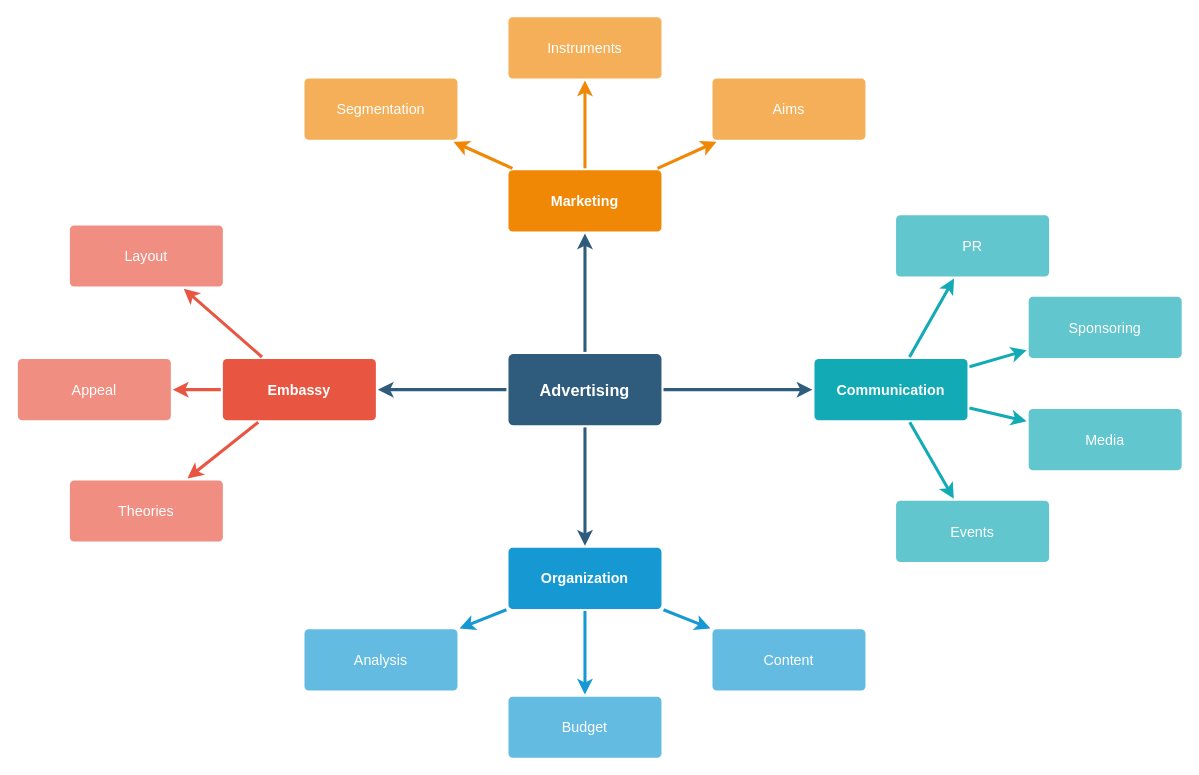
Earlier version of the draw.io diagram JDE_In-Transit.drawio (sght500/JDE-In_Transit). Source tidied: cells renumbered, new cells numbered last; positions are measured from the earlier drawing's top-left corner, leaving out a move shared by most shapes. Both pictures are drawn from the tidied source at 102%, with x=0, y=0 at pixel (17, 16).
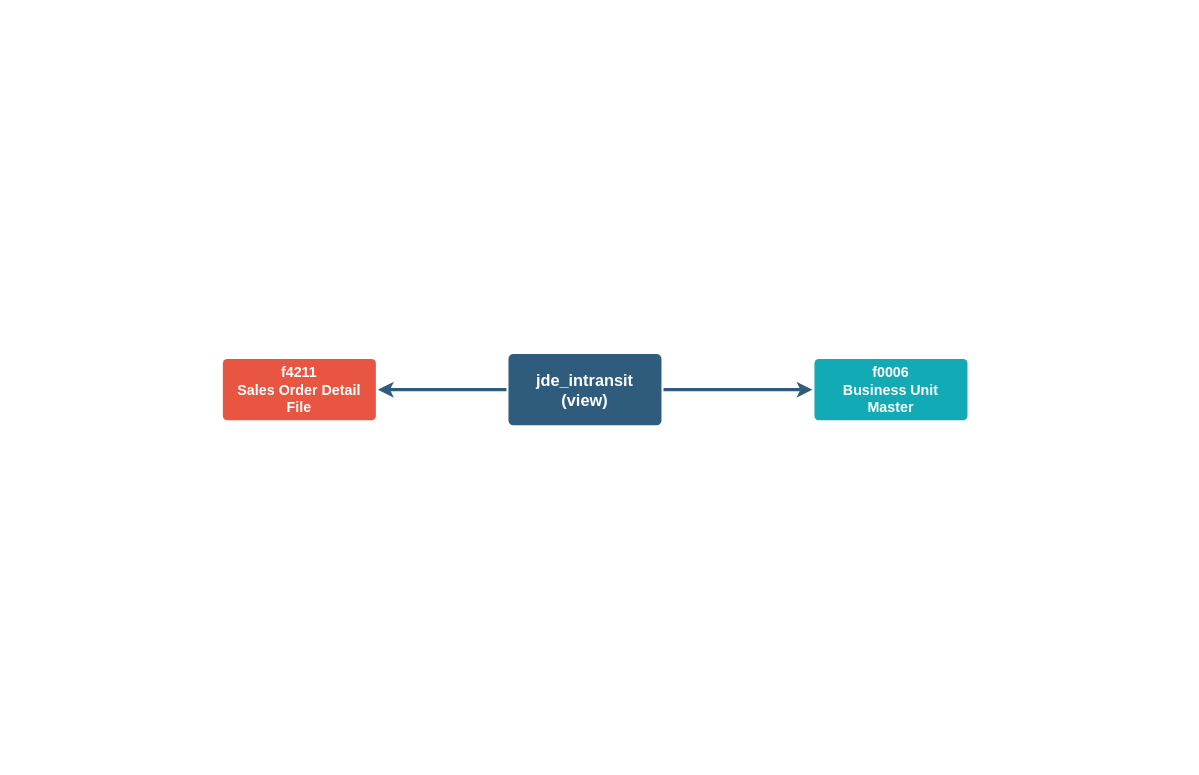
Above is the later version.

Diff of the diagram source:
```diff
@@
-    <mxCell id="2" style="edgeStyle=none;rounded=0;jumpStyle=none;html=1;shadow=0;labelBackgroundColor=none;startArrow=none;startFill=0;endArrow=classic;endFill=1;jettySize=auto;strokeColor=#2F5B7C;strokeWidth=3;fontFamily=Helvetica;fontSize=16;fontColor=#23445D;spacing=5;" parent="1" edge="1" source="6" target="21">
-      <mxGeometry relative="1" as="geometry" />
-    </mxCell>
@@
-    <mxCell id="4" style="edgeStyle=none;rounded=0;jumpStyle=none;html=1;shadow=0;labelBackgroundColor=none;startArrow=none;startFill=0;endArrow=classic;endFill=1;jettySize=auto;strokeColor=#2F5B7C;strokeWidth=3;fontFamily=Helvetica;fontSize=16;fontColor=#23445D;spacing=5;" parent="1" edge="1" source="6" target="17">
-      <mxGeometry relative="1" as="geometry" />
-    </mxCell>
@@
-    <mxCell id="6" value="Advertising" style="rounded=1;whiteSpace=wrap;html=1;shadow=0;labelBackgroundColor=none;strokeColor=none;strokeWidth=3;fillColor=#2F5B7C;fontFamily=Helvetica;fontSize=16;fontColor=#FFFFFF;align=center;fontStyle=1;spacing=5;arcSize=7;perimeterSpacing=2;" parent="1" vertex="1">
+    <mxCell id="6" value="&lt;p data-pm-slice=&quot;1 1 [&amp;quot;table&amp;quot;,{&amp;quot;isNumberColumnEnabled&amp;quot;:false,&amp;quot;layout&amp;quot;:&amp;quot;default&amp;quot;,&amp;quot;__autoSize&amp;quot;:false,&amp;quot;localId&amp;quot;:&amp;quot;d7b7b813-7fd5-4aca-a20f-437aed69442e&amp;quot;,&amp;quot;width&amp;quot;:748},&amp;quot;tableRow&amp;quot;,null,&amp;quot;tableCell&amp;quot;,{&amp;quot;colspan&amp;quot;:1,&amp;quot;rowspan&amp;quot;:1,&amp;quot;colwidth&amp;quot;:[748],&amp;quot;background&amp;quot;:null}]&quot;&gt;jde_intransit (view)&lt;/p&gt;" style="rounded=1;whiteSpace=wrap;html=1;shadow=0;labelBackgroundColor=none;strokeColor=none;strokeWidth=3;fillColor=#2F5B7C;fontFamily=Helvetica;fontSize=16;fontColor=#FFFFFF;align=center;fontStyle=1;spacing=5;arcSize=7;perimeterSpacing=2;" parent="1" vertex="1">
       <mxGeometry x="481" y="330.5" width="150" height="70" as="geometry" />
     </mxCell>
-    <mxCell id="7" style="edgeStyle=none;rounded=1;jumpStyle=none;html=1;shadow=0;labelBackgroundColor=none;startArrow=none;startFill=0;jettySize=auto;strokeColor=#E85642;strokeWidth=3;fontFamily=Helvetica;fontSize=14;fontColor=#FFFFFF;spacing=5;fontStyle=1;fillColor=#b0e3e6;" parent="1" edge="1" source="10" target="13">
-      <mxGeometry relative="1" as="geometry" />
-    </mxCell>
-    <mxCell id="8" style="edgeStyle=none;rounded=1;jumpStyle=none;html=1;shadow=0;labelBackgroundColor=none;startArrow=none;startFill=0;jettySize=auto;strokeColor=#E85642;strokeWidth=3;fontFamily=Helvetica;fontSize=14;fontColor=#FFFFFF;spacing=5;fontStyle=1;fillColor=#b0e3e6;" parent="1" edge="1" source="10" target="12">
-      <mxGeometry relative="1" as="geometry" />
-    </mxCell>
-    <mxCell id="9" style="edgeStyle=none;rounded=1;jumpStyle=none;html=1;shadow=0;labelBackgroundColor=none;startArrow=none;startFill=0;jettySize=auto;strokeColor=#E85642;strokeWidth=3;fontFamily=Helvetica;fontSize=14;fontColor=#FFFFFF;spacing=5;fontStyle=1;fillColor=#b0e3e6;" parent="1" edge="1" source="10" target="11">
-      <mxGeometry relative="1" as="geometry" />
-    </mxCell>
-    <mxCell id="10" value="Embassy" style="rounded=1;whiteSpace=wrap;html=1;shadow=0;labelBackgroundColor=none;strokeColor=none;strokeWidth=3;fillColor=#e85642;fontFamily=Helvetica;fontSize=14;fontColor=#FFFFFF;align=center;spacing=5;fontStyle=1;arcSize=7;perimeterSpacing=2;" parent="1" vertex="1">
+    <mxCell id="10" value="&lt;p data-pm-slice=&quot;1 1 [&amp;quot;table&amp;quot;,{&amp;quot;isNumberColumnEnabled&amp;quot;:false,&amp;quot;layout&amp;quot;:&amp;quot;default&amp;quot;,&amp;quot;__autoSize&amp;quot;:false,&amp;quot;localId&amp;quot;:&amp;quot;7d61094d-cac1-4d27-a6be-daf33ddf9827&amp;quot;,&amp;quot;width&amp;quot;:760},&amp;quot;tableRow&amp;quot;,null,&amp;quot;tableCell&amp;quot;,{&amp;quot;colspan&amp;quot;:1,&amp;quot;rowspan&amp;quot;:1,&amp;quot;colwidth&amp;quot;:[760],&amp;quot;background&amp;quot;:null},&amp;quot;bulletList&amp;quot;,null,&amp;quot;listItem&amp;quot;,null]&quot;&gt;f4211&lt;br&gt;Sales Order Detail File&lt;/p&gt;" style="rounded=1;whiteSpace=wrap;html=1;shadow=0;labelBackgroundColor=none;strokeColor=none;strokeWidth=3;fillColor=#e85642;fontFamily=Helvetica;fontSize=14;fontColor=#FFFFFF;align=center;spacing=5;fontStyle=1;arcSize=7;perimeterSpacing=2;" parent="1" vertex="1">
       <mxGeometry x="201" y="335.5" width="150" height="60" as="geometry" />
     </mxCell>
-    <mxCell id="11" value="Theories" style="rounded=1;whiteSpace=wrap;html=1;shadow=0;labelBackgroundColor=none;strokeColor=none;strokeWidth=3;fillColor=#f08e81;fontFamily=Helvetica;fontSize=14;fontColor=#FFFFFF;align=center;spacing=5;fontStyle=0;arcSize=7;perimeterSpacing=2;" parent="1" vertex="1">
-      <mxGeometry x="51" y="454.5" width="150" height="60" as="geometry" />
-    </mxCell>
-    <mxCell id="12" value="Appeal" style="rounded=1;whiteSpace=wrap;html=1;shadow=0;labelBackgroundColor=none;strokeColor=none;strokeWidth=3;fillColor=#f08e81;fontFamily=Helvetica;fontSize=14;fontColor=#FFFFFF;align=center;spacing=5;fontStyle=0;arcSize=7;perimeterSpacing=2;" parent="1" vertex="1">
-      <mxGeometry y="335.5" width="150" height="60" as="geometry" />
-    </mxCell>
-    <mxCell id="13" value="Layout" style="rounded=1;whiteSpace=wrap;html=1;shadow=0;labelBackgroundColor=none;strokeColor=none;strokeWidth=3;fillColor=#f08e81;fontFamily=Helvetica;fontSize=14;fontColor=#FFFFFF;align=center;spacing=5;fontStyle=0;arcSize=7;perimeterSpacing=2;" parent="1" vertex="1">
-      <mxGeometry x="51" y="204.5" width="150" height="60" as="geometry" />
-    </mxCell>
-    <mxCell id="14" style="edgeStyle=none;rounded=0;jumpStyle=none;html=1;shadow=0;labelBackgroundColor=none;startArrow=none;startFill=0;endArrow=classic;endFill=1;jettySize=auto;strokeColor=#1699D3;strokeWidth=3;fontFamily=Helvetica;fontSize=14;fontColor=#FFFFFF;spacing=5;" parent="1" edge="1" source="17" target="20">
-      <mxGeometry relative="1" as="geometry" />
-    </mxCell>
-    <mxCell id="15" style="edgeStyle=none;rounded=0;jumpStyle=none;html=1;shadow=0;labelBackgroundColor=none;startArrow=none;startFill=0;endArrow=classic;endFill=1;jettySize=auto;strokeColor=#1699D3;strokeWidth=3;fontFamily=Helvetica;fontSize=14;fontColor=#FFFFFF;spacing=5;" parent="1" edge="1" source="17" target="19">
-      <mxGeometry relative="1" as="geometry" />
-    </mxCell>
-    <mxCell id="16" style="edgeStyle=none;rounded=0;jumpStyle=none;html=1;shadow=0;labelBackgroundColor=none;startArrow=none;startFill=0;endArrow=classic;endFill=1;jettySize=auto;strokeColor=#1699D3;strokeWidth=3;fontFamily=Helvetica;fontSize=14;fontColor=#FFFFFF;spacing=5;" parent="1" edge="1" source="17" target="18">
-      <mxGeometry relative="1" as="geometry" />
-    </mxCell>
-    <mxCell id="17" value="Organization" style="rounded=1;whiteSpace=wrap;html=1;shadow=0;labelBackgroundColor=none;strokeColor=none;strokeWidth=3;fillColor=#1699d3;fontFamily=Helvetica;fontSize=14;fontColor=#FFFFFF;align=center;spacing=5;fontStyle=1;arcSize=7;perimeterSpacing=2;" parent="1" vertex="1">
-      <mxGeometry x="481" y="520.5" width="150" height="60" as="geometry" />
-    </mxCell>
-    <mxCell id="18" value="Content" style="rounded=1;whiteSpace=wrap;html=1;shadow=0;labelBackgroundColor=none;strokeColor=none;strokeWidth=3;fillColor=#64bbe2;fontFamily=Helvetica;fontSize=14;fontColor=#FFFFFF;align=center;spacing=5;arcSize=7;perimeterSpacing=2;" parent="1" vertex="1">
-      <mxGeometry x="681" y="600.5" width="150" height="60" as="geometry" />
-    </mxCell>
-    <mxCell id="19" value="Budget" style="rounded=1;whiteSpace=wrap;html=1;shadow=0;labelBackgroundColor=none;strokeColor=none;strokeWidth=3;fillColor=#64bbe2;fontFamily=Helvetica;fontSize=14;fontColor=#FFFFFF;align=center;spacing=5;arcSize=7;perimeterSpacing=2;" parent="1" vertex="1">
-      <mxGeometry x="481" y="666.5" width="150" height="60" as="geometry" />
-    </mxCell>
-    <mxCell id="20" value="Analysis" style="rounded=1;whiteSpace=wrap;html=1;shadow=0;labelBackgroundColor=none;strokeColor=none;strokeWidth=3;fillColor=#64bbe2;fontFamily=Helvetica;fontSize=14;fontColor=#FFFFFF;align=center;spacing=5;arcSize=7;perimeterSpacing=2;" parent="1" vertex="1">
-      <mxGeometry x="281" y="600.5" width="150" height="60" as="geometry" />
-    </mxCell>
-    <mxCell id="21" value="Marketing" style="rounded=1;whiteSpace=wrap;html=1;shadow=0;labelBackgroundColor=none;strokeColor=none;strokeWidth=3;fillColor=#F08705;fontFamily=Helvetica;fontSize=14;fontColor=#FFFFFF;align=center;spacing=5;fontStyle=1;arcSize=7;perimeterSpacing=2;" parent="1" vertex="1">
-      <mxGeometry x="481" y="150.5" width="150" height="60" as="geometry" />
-    </mxCell>
-    <mxCell id="22" value="Aims&lt;br&gt;" style="rounded=1;whiteSpace=wrap;html=1;shadow=0;labelBackgroundColor=none;strokeColor=none;strokeWidth=3;fillColor=#f5af58;fontFamily=Helvetica;fontSize=14;fontColor=#FFFFFF;align=center;spacing=5;arcSize=7;perimeterSpacing=2;" parent="1" vertex="1">
-      <mxGeometry x="681" y="60.5" width="150" height="60" as="geometry" />
-    </mxCell>
-    <mxCell id="23" style="edgeStyle=none;rounded=0;jumpStyle=none;html=1;shadow=0;labelBackgroundColor=none;startArrow=none;startFill=0;endArrow=classic;endFill=1;jettySize=auto;strokeColor=#F08705;strokeWidth=3;fontFamily=Helvetica;fontSize=14;fontColor=#FFFFFF;spacing=5;" parent="1" edge="1" source="21" target="22">
-      <mxGeometry relative="1" as="geometry" />
-    </mxCell>
-    <mxCell id="24" value="Instruments" style="rounded=1;whiteSpace=wrap;html=1;shadow=0;labelBackgroundColor=none;strokeColor=none;strokeWidth=3;fillColor=#f5af58;fontFamily=Helvetica;fontSize=14;fontColor=#FFFFFF;align=center;spacing=5;arcSize=7;perimeterSpacing=2;" parent="1" vertex="1">
-      <mxGeometry x="481" y="0.5" width="150" height="60" as="geometry" />
-    </mxCell>
-    <mxCell id="25" style="edgeStyle=none;rounded=0;jumpStyle=none;html=1;shadow=0;labelBackgroundColor=none;startArrow=none;startFill=0;endArrow=classic;endFill=1;jettySize=auto;strokeColor=#F08705;strokeWidth=3;fontFamily=Helvetica;fontSize=14;fontColor=#FFFFFF;spacing=5;" parent="1" edge="1" source="21" target="24">
-      <mxGeometry relative="1" as="geometry" />
-    </mxCell>
-    <mxCell id="26" value="Segmentation" style="rounded=1;whiteSpace=wrap;html=1;shadow=0;labelBackgroundColor=none;strokeColor=none;strokeWidth=3;fillColor=#f5af58;fontFamily=Helvetica;fontSize=14;fontColor=#FFFFFF;align=center;spacing=5;arcSize=7;perimeterSpacing=2;" parent="1" vertex="1">
-      <mxGeometry x="281" y="60.5" width="150" height="60" as="geometry" />
-    </mxCell>
-    <mxCell id="27" style="edgeStyle=none;rounded=0;jumpStyle=none;html=1;shadow=0;labelBackgroundColor=none;startArrow=none;startFill=0;endArrow=classic;endFill=1;jettySize=auto;strokeColor=#F08705;strokeWidth=3;fontFamily=Helvetica;fontSize=14;fontColor=#FFFFFF;spacing=5;" parent="1" edge="1" source="21" target="26">
-      <mxGeometry relative="1" as="geometry" />
-    </mxCell>
-    <mxCell id="28" value="Communication" style="rounded=1;whiteSpace=wrap;html=1;shadow=0;labelBackgroundColor=none;strokeColor=none;strokeWidth=3;fillColor=#12aab5;fontFamily=Helvetica;fontSize=14;fontColor=#FFFFFF;align=center;spacing=5;fontStyle=1;arcSize=7;perimeterSpacing=2;" parent="1" vertex="1">
+    <mxCell id="28" value="&lt;p data-pm-slice=&quot;1 1 [&amp;quot;table&amp;quot;,{&amp;quot;isNumberColumnEnabled&amp;quot;:false,&amp;quot;layout&amp;quot;:&amp;quot;default&amp;quot;,&amp;quot;__autoSize&amp;quot;:false,&amp;quot;localId&amp;quot;:&amp;quot;7d61094d-cac1-4d27-a6be-daf33ddf9827&amp;quot;,&amp;quot;width&amp;quot;:760},&amp;quot;tableRow&amp;quot;,null,&amp;quot;tableCell&amp;quot;,{&amp;quot;colspan&amp;quot;:1,&amp;quot;rowspan&amp;quot;:1,&amp;quot;colwidth&amp;quot;:[760],&amp;quot;background&amp;quot;:null},&amp;quot;bulletList&amp;quot;,null,&amp;quot;listItem&amp;quot;,null]&quot;&gt;f0006&lt;br&gt;&lt;span style=&quot;background-color: initial;&quot;&gt;Business Unit Master&lt;/span&gt;&lt;/p&gt;" style="rounded=1;whiteSpace=wrap;html=1;shadow=0;labelBackgroundColor=none;strokeColor=none;strokeWidth=3;fillColor=#12aab5;fontFamily=Helvetica;fontSize=14;fontColor=#FFFFFF;align=center;spacing=5;fontStyle=1;arcSize=7;perimeterSpacing=2;" parent="1" vertex="1">
       <mxGeometry x="781" y="335.5" width="150" height="60" as="geometry" />
     </mxCell>
-    <mxCell id="29" value="Events" style="rounded=1;whiteSpace=wrap;html=1;shadow=0;labelBackgroundColor=none;strokeColor=none;strokeWidth=3;fillColor=#61c6ce;fontFamily=Helvetica;fontSize=14;fontColor=#FFFFFF;align=center;spacing=5;fontStyle=0;arcSize=7;perimeterSpacing=2;" parent="1" vertex="1">
-      <mxGeometry x="861" y="474.5" width="150" height="60" as="geometry" />
-    </mxCell>
-    <mxCell id="30" style="edgeStyle=none;rounded=1;jumpStyle=none;html=1;shadow=0;labelBackgroundColor=none;startArrow=none;startFill=0;jettySize=auto;strokeColor=#12AAB5;strokeWidth=3;fontFamily=Helvetica;fontSize=14;fontColor=#FFFFFF;spacing=5;fontStyle=1;fillColor=#b0e3e6;" parent="1" edge="1" source="28" target="29">
-      <mxGeometry relative="1" as="geometry" />
-    </mxCell>
-    <mxCell id="31" value="Media" style="rounded=1;whiteSpace=wrap;html=1;shadow=0;labelBackgroundColor=none;strokeColor=none;strokeWidth=3;fillColor=#61c6ce;fontFamily=Helvetica;fontSize=14;fontColor=#FFFFFF;align=center;spacing=5;fontStyle=0;arcSize=7;perimeterSpacing=2;" parent="1" vertex="1">
-      <mxGeometry x="991" y="384.5" width="150" height="60" as="geometry" />
-    </mxCell>
-    <mxCell id="32" style="edgeStyle=none;rounded=1;jumpStyle=none;html=1;shadow=0;labelBackgroundColor=none;startArrow=none;startFill=0;jettySize=auto;strokeColor=#12AAB5;strokeWidth=3;fontFamily=Helvetica;fontSize=14;fontColor=#FFFFFF;spacing=5;fontStyle=1;fillColor=#b0e3e6;" parent="1" edge="1" source="28" target="31">
-      <mxGeometry relative="1" as="geometry" />
-    </mxCell>
-    <mxCell id="33" value="Sponsoring" style="rounded=1;whiteSpace=wrap;html=1;shadow=0;labelBackgroundColor=none;strokeColor=none;strokeWidth=3;fillColor=#61c6ce;fontFamily=Helvetica;fontSize=14;fontColor=#FFFFFF;align=center;spacing=5;fontStyle=0;arcSize=7;perimeterSpacing=2;" parent="1" vertex="1">
-      <mxGeometry x="991" y="274.5" width="150" height="60" as="geometry" />
-    </mxCell>
-    <mxCell id="34" style="edgeStyle=none;rounded=1;jumpStyle=none;html=1;shadow=0;labelBackgroundColor=none;startArrow=none;startFill=0;jettySize=auto;strokeColor=#12AAB5;strokeWidth=3;fontFamily=Helvetica;fontSize=14;fontColor=#FFFFFF;spacing=5;fontStyle=1;fillColor=#b0e3e6;" parent="1" edge="1" source="28" target="33">
-      <mxGeometry relative="1" as="geometry" />
-    </mxCell>
-    <mxCell id="35" value="PR" style="rounded=1;whiteSpace=wrap;html=1;shadow=0;labelBackgroundColor=none;strokeColor=none;strokeWidth=3;fillColor=#61c6ce;fontFamily=Helvetica;fontSize=14;fontColor=#FFFFFF;align=center;spacing=5;fontStyle=0;arcSize=7;perimeterSpacing=2;" parent="1" vertex="1">
-      <mxGeometry x="861" y="194.5" width="150" height="60" as="geometry" />
-    </mxCell>
-    <mxCell id="36" style="edgeStyle=none;rounded=1;jumpStyle=none;html=1;shadow=0;labelBackgroundColor=none;startArrow=none;startFill=0;jettySize=auto;strokeColor=#12AAB5;strokeWidth=3;fontFamily=Helvetica;fontSize=14;fontColor=#FFFFFF;spacing=5;fontStyle=1;fillColor=#b0e3e6;" parent="1" edge="1" source="28" target="35">
-      <mxGeometry relative="1" as="geometry" />
-    </mxCell>
```
